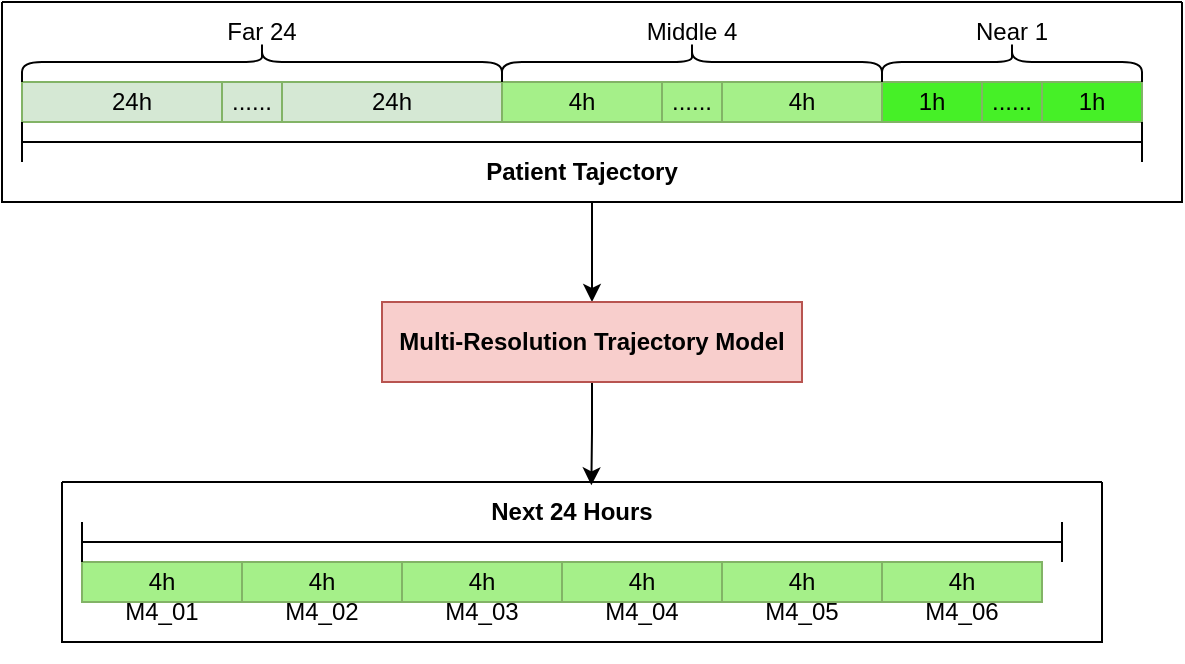
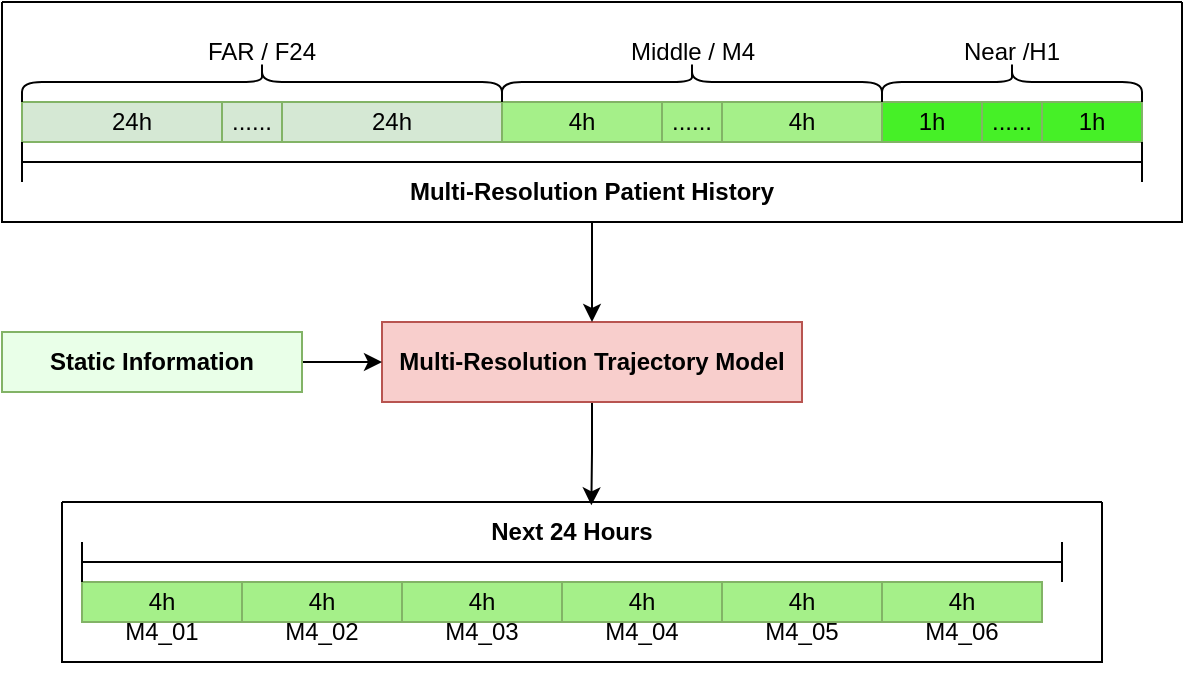
<mxfile host="app.diagrams.net">
  <diagram name="第 1 页" id="3EZWXdWs5LoXoSu94if4">
    <mxGraphModel dx="744" dy="507" grid="1" gridSize="10" guides="1" tooltips="1" connect="1" arrows="1" fold="1" page="1" pageScale="1" pageWidth="827" pageHeight="1169" math="0" shadow="0">
      <root>
        <mxCell id="0" />
        <mxCell id="1" parent="0" />
        <mxCell id="xGCr_gD7uzWL95jFXDYc-1" parent="1" style="rounded=0;whiteSpace=wrap;html=1;fillColor=#d5e8d4;strokeColor=#82b366;" value="24h" vertex="1">
          <mxGeometry height="20" width="110" x="40" y="170" as="geometry" />
        </mxCell>
        <mxCell id="xGCr_gD7uzWL95jFXDYc-2" parent="1" style="rounded=0;whiteSpace=wrap;html=1;fillColor=#d5e8d4;strokeColor=#82b366;" value="24h" vertex="1">
          <mxGeometry height="20" width="110" x="170" y="170" as="geometry" />
        </mxCell>
        <mxCell id="xGCr_gD7uzWL95jFXDYc-3" parent="1" style="rounded=0;whiteSpace=wrap;html=1;fillColor=light-dark(#A5F089,#1F2F1E);strokeColor=#82b366;" value="4h" vertex="1">
          <mxGeometry height="20" width="80" x="280" y="170" as="geometry" />
        </mxCell>
        <mxCell id="xGCr_gD7uzWL95jFXDYc-5" parent="1" style="rounded=0;whiteSpace=wrap;html=1;fillColor=#d5e8d4;strokeColor=#82b366;" value="......" vertex="1">
          <mxGeometry height="20" width="30" x="140" y="170" as="geometry" />
        </mxCell>
        <mxCell id="xGCr_gD7uzWL95jFXDYc-6" parent="1" style="rounded=0;whiteSpace=wrap;html=1;fillColor=light-dark(#A5F089,#1F2F1E);strokeColor=#82b366;" value="......" vertex="1">
          <mxGeometry height="20" width="30" x="360" y="170" as="geometry" />
        </mxCell>
        <mxCell id="xGCr_gD7uzWL95jFXDYc-8" parent="1" style="rounded=0;whiteSpace=wrap;html=1;fillColor=light-dark(#A5F089,#1F2F1E);strokeColor=#82b366;" value="4h" vertex="1">
          <mxGeometry height="20" width="80" x="390" y="170" as="geometry" />
        </mxCell>
        <mxCell id="xGCr_gD7uzWL95jFXDYc-9" parent="1" style="rounded=0;whiteSpace=wrap;html=1;fillColor=light-dark(#46F027,#1F2F1E);strokeColor=#82b366;" value="1h" vertex="1">
          <mxGeometry height="20" width="50" x="470" y="170" as="geometry" />
        </mxCell>
        <mxCell id="xGCr_gD7uzWL95jFXDYc-10" parent="1" style="rounded=0;whiteSpace=wrap;html=1;fillColor=light-dark(#46F027,#1F2F1E);strokeColor=#82b366;" value="1h" vertex="1">
          <mxGeometry height="20" width="50" x="550" y="170" as="geometry" />
        </mxCell>
        <mxCell id="xGCr_gD7uzWL95jFXDYc-11" parent="1" style="rounded=0;whiteSpace=wrap;html=1;fillColor=light-dark(#46F027,#1F2F1E);strokeColor=#82b366;" value="......" vertex="1">
          <mxGeometry height="20" width="30" x="520" y="170" as="geometry" />
        </mxCell>
        <mxCell id="xGCr_gD7uzWL95jFXDYc-12" parent="1" style="shape=curlyBracket;whiteSpace=wrap;html=1;rounded=1;labelPosition=left;verticalLabelPosition=middle;align=right;verticalAlign=middle;rotation=90;" value="" vertex="1">
          <mxGeometry height="240" width="20" x="150" y="40" as="geometry" />
        </mxCell>
-         <mxCell id="xGCr_gD7uzWL95jFXDYc-13" parent="1" style="text;html=1;whiteSpace=wrap;strokeColor=none;fillColor=none;align=center;verticalAlign=middle;rounded=0;" value="Far 24" vertex="1">
-           <mxGeometry height="30" width="60" x="130" y="130" as="geometry" />
-         </mxCell>
        <mxCell id="xGCr_gD7uzWL95jFXDYc-14" parent="1" style="shape=curlyBracket;whiteSpace=wrap;html=1;rounded=1;labelPosition=left;verticalLabelPosition=middle;align=right;verticalAlign=middle;rotation=90;" value="" vertex="1">
          <mxGeometry height="190" width="20" x="365" y="65" as="geometry" />
-         </mxCell>
-         <mxCell id="xGCr_gD7uzWL95jFXDYc-15" parent="1" style="text;html=1;whiteSpace=wrap;strokeColor=none;fillColor=none;align=center;verticalAlign=middle;rounded=0;" value="Middle 4" vertex="1">
-           <mxGeometry height="30" width="60" x="345" y="130" as="geometry" />
        </mxCell>
        <mxCell id="xGCr_gD7uzWL95jFXDYc-16" parent="1" style="shape=curlyBracket;whiteSpace=wrap;html=1;rounded=1;labelPosition=left;verticalLabelPosition=middle;align=right;verticalAlign=middle;rotation=90;" value="" vertex="1">
          <mxGeometry height="130" width="20" x="525" y="95" as="geometry" />
        </mxCell>
-         <mxCell id="xGCr_gD7uzWL95jFXDYc-17" parent="1" style="text;html=1;whiteSpace=wrap;strokeColor=none;fillColor=none;align=center;verticalAlign=middle;rounded=0;" value="Near 1" vertex="1">
-           <mxGeometry height="30" width="60" x="505" y="130" as="geometry" />
-         </mxCell>
        <mxCell id="xGCr_gD7uzWL95jFXDYc-18" parent="1" style="shape=crossbar;whiteSpace=wrap;html=1;rounded=1;" value="" vertex="1">
          <mxGeometry height="20" width="560" x="40" y="190" as="geometry" />
-         </mxCell>
-         <mxCell id="xGCr_gD7uzWL95jFXDYc-19" parent="1" style="text;html=1;whiteSpace=wrap;strokeColor=none;fillColor=none;align=center;verticalAlign=middle;rounded=0;" value="&lt;b&gt;Patient Tajectory&lt;/b&gt;" vertex="1">
-           <mxGeometry height="30" width="120" x="260" y="200" as="geometry" />
-         </mxCell>
-         <mxCell id="3SwoLBKGE5TvQkrzPOWH-30" edge="1" parent="1" source="3SwoLBKGE5TvQkrzPOWH-1" style="edgeStyle=orthogonalEdgeStyle;rounded=0;orthogonalLoop=1;jettySize=auto;html=1;" target="3SwoLBKGE5TvQkrzPOWH-2" value="">
-           <mxGeometry relative="1" as="geometry" />
-         </mxCell>
-         <mxCell id="3SwoLBKGE5TvQkrzPOWH-1" parent="1" style="swimlane;startSize=0;" value="" vertex="1">
-           <mxGeometry height="100" width="590" x="30" y="130" as="geometry" />
        </mxCell>
        <mxCell id="3SwoLBKGE5TvQkrzPOWH-33" edge="1" parent="1" source="3SwoLBKGE5TvQkrzPOWH-2" style="edgeStyle=orthogonalEdgeStyle;rounded=0;orthogonalLoop=1;jettySize=auto;html=1;entryX=0.509;entryY=0.021;entryDx=0;entryDy=0;entryPerimeter=0;" target="3SwoLBKGE5TvQkrzPOWH-28" value="">
          <mxGeometry relative="1" as="geometry" />
        </mxCell>
        <mxCell id="3SwoLBKGE5TvQkrzPOWH-2" parent="1" style="rounded=0;whiteSpace=wrap;html=1;fillColor=#f8cecc;strokeColor=#b85450;" value="&lt;b&gt;Multi-Resolution Trajectory Model&lt;/b&gt;" vertex="1">
          <mxGeometry height="40" width="210" x="220" y="280" as="geometry" />
        </mxCell>
        <mxCell id="3SwoLBKGE5TvQkrzPOWH-29" connectable="0" parent="1" style="group" value="" vertex="1">
          <mxGeometry height="90" width="520" x="60" y="370" as="geometry" />
        </mxCell>
        <mxCell id="3SwoLBKGE5TvQkrzPOWH-8" connectable="0" parent="3SwoLBKGE5TvQkrzPOWH-29" style="group" value="" vertex="1">
          <mxGeometry height="50" width="80" x="10" y="40" as="geometry" />
        </mxCell>
        <mxCell id="3SwoLBKGE5TvQkrzPOWH-4" parent="3SwoLBKGE5TvQkrzPOWH-8" style="rounded=0;whiteSpace=wrap;html=1;fillColor=light-dark(#A5F089,#1F2F1E);strokeColor=#82b366;" value="4h" vertex="1">
          <mxGeometry height="20" width="80" as="geometry" />
        </mxCell>
        <mxCell id="3SwoLBKGE5TvQkrzPOWH-9" connectable="0" parent="3SwoLBKGE5TvQkrzPOWH-29" style="group" value="" vertex="1">
          <mxGeometry height="50" width="80" x="90" y="40" as="geometry" />
        </mxCell>
        <mxCell id="3SwoLBKGE5TvQkrzPOWH-5" parent="3SwoLBKGE5TvQkrzPOWH-9" style="rounded=0;whiteSpace=wrap;html=1;fillColor=light-dark(#A5F089,#1F2F1E);strokeColor=#82b366;" value="4h" vertex="1">
          <mxGeometry height="20" width="80" as="geometry" />
        </mxCell>
        <mxCell id="3SwoLBKGE5TvQkrzPOWH-10" connectable="0" parent="3SwoLBKGE5TvQkrzPOWH-29" style="group" value="" vertex="1">
          <mxGeometry height="50" width="80" x="170" y="40" as="geometry" />
        </mxCell>
        <mxCell id="3SwoLBKGE5TvQkrzPOWH-11" parent="3SwoLBKGE5TvQkrzPOWH-10" style="rounded=0;whiteSpace=wrap;html=1;fillColor=light-dark(#A5F089,#1F2F1E);strokeColor=#82b366;" value="4h" vertex="1">
          <mxGeometry height="20" width="80" as="geometry" />
        </mxCell>
        <mxCell id="3SwoLBKGE5TvQkrzPOWH-13" connectable="0" parent="3SwoLBKGE5TvQkrzPOWH-29" style="group" value="" vertex="1">
          <mxGeometry height="50" width="80" x="250" y="40" as="geometry" />
        </mxCell>
        <mxCell id="3SwoLBKGE5TvQkrzPOWH-14" parent="3SwoLBKGE5TvQkrzPOWH-13" style="rounded=0;whiteSpace=wrap;html=1;fillColor=light-dark(#A5F089,#1F2F1E);strokeColor=#82b366;" value="4h" vertex="1">
          <mxGeometry height="20" width="80" as="geometry" />
        </mxCell>
        <mxCell id="3SwoLBKGE5TvQkrzPOWH-16" connectable="0" parent="3SwoLBKGE5TvQkrzPOWH-29" style="group" value="" vertex="1">
          <mxGeometry height="50" width="80" x="330" y="40" as="geometry" />
        </mxCell>
        <mxCell id="3SwoLBKGE5TvQkrzPOWH-17" parent="3SwoLBKGE5TvQkrzPOWH-16" style="rounded=0;whiteSpace=wrap;html=1;fillColor=light-dark(#A5F089,#1F2F1E);strokeColor=#82b366;" value="4h" vertex="1">
          <mxGeometry height="20" width="80" as="geometry" />
        </mxCell>
        <mxCell id="3SwoLBKGE5TvQkrzPOWH-19" connectable="0" parent="3SwoLBKGE5TvQkrzPOWH-29" style="group" value="" vertex="1">
          <mxGeometry height="50" width="80" x="410" y="40" as="geometry" />
        </mxCell>
        <mxCell id="3SwoLBKGE5TvQkrzPOWH-20" parent="3SwoLBKGE5TvQkrzPOWH-19" style="rounded=0;whiteSpace=wrap;html=1;fillColor=light-dark(#A5F089,#1F2F1E);strokeColor=#82b366;" value="4h" vertex="1">
          <mxGeometry height="20" width="80" as="geometry" />
        </mxCell>
        <mxCell id="3SwoLBKGE5TvQkrzPOWH-6" parent="3SwoLBKGE5TvQkrzPOWH-19" style="text;html=1;whiteSpace=wrap;strokeColor=none;fillColor=none;align=center;verticalAlign=middle;rounded=0;" value="M4_01" vertex="1">
          <mxGeometry height="30" width="60" x="-390" y="10" as="geometry" />
        </mxCell>
        <mxCell id="3SwoLBKGE5TvQkrzPOWH-7" parent="3SwoLBKGE5TvQkrzPOWH-19" style="text;html=1;whiteSpace=wrap;strokeColor=none;fillColor=none;align=center;verticalAlign=middle;rounded=0;" value="M4_02" vertex="1">
          <mxGeometry height="30" width="60" x="-310" y="10" as="geometry" />
        </mxCell>
        <mxCell id="3SwoLBKGE5TvQkrzPOWH-12" parent="3SwoLBKGE5TvQkrzPOWH-19" style="text;html=1;whiteSpace=wrap;strokeColor=none;fillColor=none;align=center;verticalAlign=middle;rounded=0;" value="M4_03" vertex="1">
          <mxGeometry height="30" width="60" x="-230" y="10" as="geometry" />
        </mxCell>
        <mxCell id="3SwoLBKGE5TvQkrzPOWH-15" parent="3SwoLBKGE5TvQkrzPOWH-19" style="text;html=1;whiteSpace=wrap;strokeColor=none;fillColor=none;align=center;verticalAlign=middle;rounded=0;" value="M4_04" vertex="1">
          <mxGeometry height="30" width="60" x="-150" y="10" as="geometry" />
        </mxCell>
        <mxCell id="3SwoLBKGE5TvQkrzPOWH-18" parent="3SwoLBKGE5TvQkrzPOWH-19" style="text;html=1;whiteSpace=wrap;strokeColor=none;fillColor=none;align=center;verticalAlign=middle;rounded=0;" value="M4_05" vertex="1">
          <mxGeometry height="30" width="60" x="-70" y="10" as="geometry" />
        </mxCell>
        <mxCell id="3SwoLBKGE5TvQkrzPOWH-21" parent="3SwoLBKGE5TvQkrzPOWH-19" style="text;html=1;whiteSpace=wrap;strokeColor=none;fillColor=none;align=center;verticalAlign=middle;rounded=0;" value="M4_06" vertex="1">
          <mxGeometry height="30" width="60" x="10" y="10" as="geometry" />
        </mxCell>
        <mxCell id="3SwoLBKGE5TvQkrzPOWH-26" parent="3SwoLBKGE5TvQkrzPOWH-29" style="shape=crossbar;whiteSpace=wrap;html=1;rounded=1;" value="" vertex="1">
          <mxGeometry height="20" width="490" x="10" y="20" as="geometry" />
        </mxCell>
        <mxCell id="3SwoLBKGE5TvQkrzPOWH-27" parent="3SwoLBKGE5TvQkrzPOWH-29" style="text;html=1;whiteSpace=wrap;strokeColor=none;fillColor=none;align=center;verticalAlign=middle;rounded=0;" value="&lt;b&gt;Next 24 Hours&lt;/b&gt;" vertex="1">
          <mxGeometry height="30" width="110" x="200" as="geometry" />
        </mxCell>
        <mxCell id="3SwoLBKGE5TvQkrzPOWH-28" parent="3SwoLBKGE5TvQkrzPOWH-29" style="swimlane;startSize=0;" value="" vertex="1">
          <mxGeometry height="80" width="520" as="geometry" />
        </mxCell>
+         <mxCell id="xGCr_gD7uzWL95jFXDYc-15" parent="1" style="text;html=1;whiteSpace=wrap;strokeColor=none;fillColor=none;align=center;verticalAlign=middle;rounded=0;" value="Middle / M4" vertex="1">
+           <mxGeometry height="30" width="75" x="337.5" y="130" as="geometry" />
+         </mxCell>
+         <mxCell id="xGCr_gD7uzWL95jFXDYc-17" parent="1" style="text;html=1;whiteSpace=wrap;strokeColor=none;fillColor=none;align=center;verticalAlign=middle;rounded=0;" value="Near /H1" vertex="1">
+           <mxGeometry height="30" width="60" x="505" y="130" as="geometry" />
+         </mxCell>
+         <mxCell id="xGCr_gD7uzWL95jFXDYc-13" parent="1" style="text;html=1;whiteSpace=wrap;strokeColor=none;fillColor=none;align=center;verticalAlign=middle;rounded=0;" value="&lt;code&gt;&lt;font face=&quot;Helvetica&quot;&gt;FAR / F24&lt;/font&gt;&lt;/code&gt;" vertex="1">
+           <mxGeometry height="30" width="80" x="120" y="130" as="geometry" />
+         </mxCell>
+         <mxCell id="xGCr_gD7uzWL95jFXDYc-19" parent="1" style="text;html=1;whiteSpace=wrap;strokeColor=none;fillColor=none;align=center;verticalAlign=middle;rounded=0;" value="&lt;b&gt;Multi-Resolution Patient History&lt;/b&gt;" vertex="1">
+           <mxGeometry height="30" width="220" x="215" y="200" as="geometry" />
+         </mxCell>
+         <mxCell id="3SwoLBKGE5TvQkrzPOWH-38" edge="1" parent="1" source="3SwoLBKGE5TvQkrzPOWH-35" style="edgeStyle=orthogonalEdgeStyle;rounded=0;orthogonalLoop=1;jettySize=auto;html=1;" target="3SwoLBKGE5TvQkrzPOWH-2" value="">
+           <mxGeometry relative="1" as="geometry" />
+         </mxCell>
+         <mxCell id="3SwoLBKGE5TvQkrzPOWH-35" parent="1" style="rounded=0;whiteSpace=wrap;html=1;fillColor=#E9FFE8;strokeColor=#82b366;" value="&lt;b&gt;Static Information&lt;/b&gt;" vertex="1">
+           <mxGeometry height="30" width="150" x="30" y="285" as="geometry" />
+         </mxCell>
+         <mxCell id="3SwoLBKGE5TvQkrzPOWH-37" edge="1" parent="1" source="3SwoLBKGE5TvQkrzPOWH-36" style="edgeStyle=orthogonalEdgeStyle;rounded=0;orthogonalLoop=1;jettySize=auto;html=1;" target="3SwoLBKGE5TvQkrzPOWH-2" value="">
+           <mxGeometry relative="1" as="geometry" />
+         </mxCell>
+         <mxCell id="3SwoLBKGE5TvQkrzPOWH-36" parent="1" style="swimlane;startSize=0;" value="" vertex="1">
+           <mxGeometry height="110" width="590" x="30" y="120" as="geometry" />
+         </mxCell>
      </root>
    </mxGraphModel>
  </diagram>
</mxfile>
